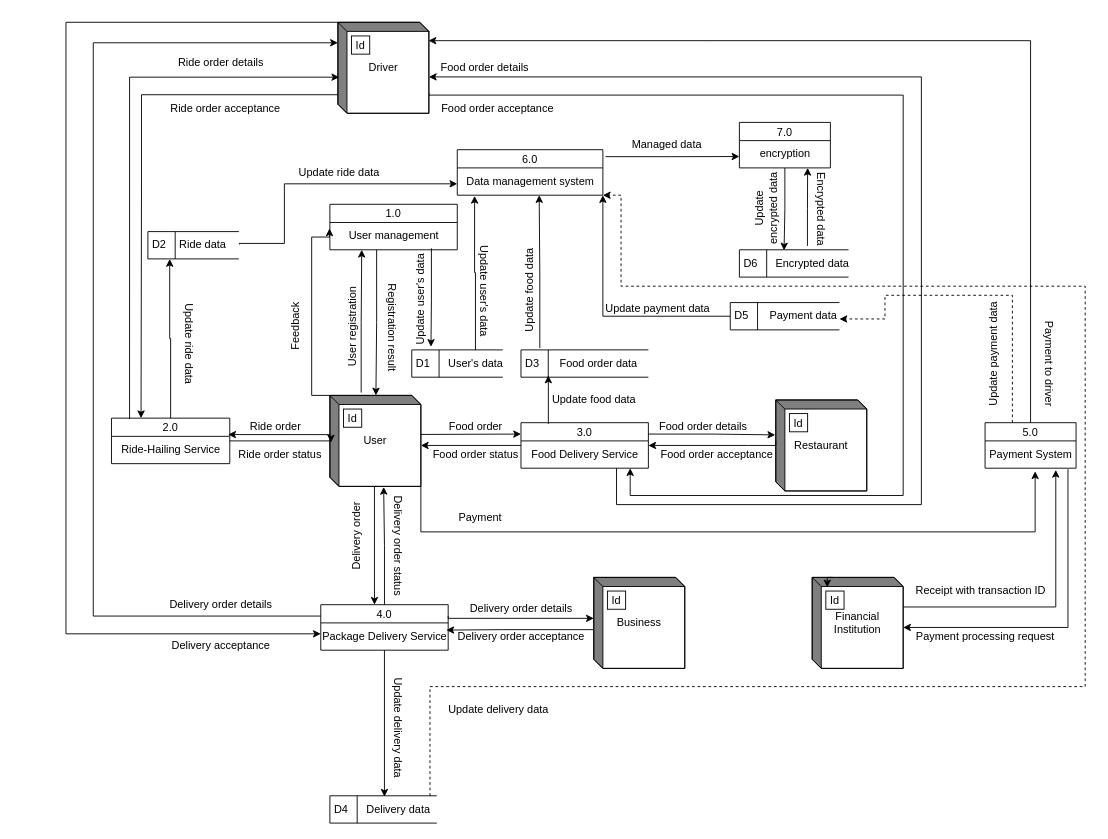
Mariposito/Book-Rental-Shop keeps this draw.io diagram as 未命名绘图.drawio. Above is the earlier version. Source tidied: cells renumbered, new cells numbered last; positions are measured from the earlier drawing's top-left corner, leaving out a move shared by most shapes. Both pictures are drawn from the tidied source at 91%, with x=0, y=0 at pixel (66, 22).
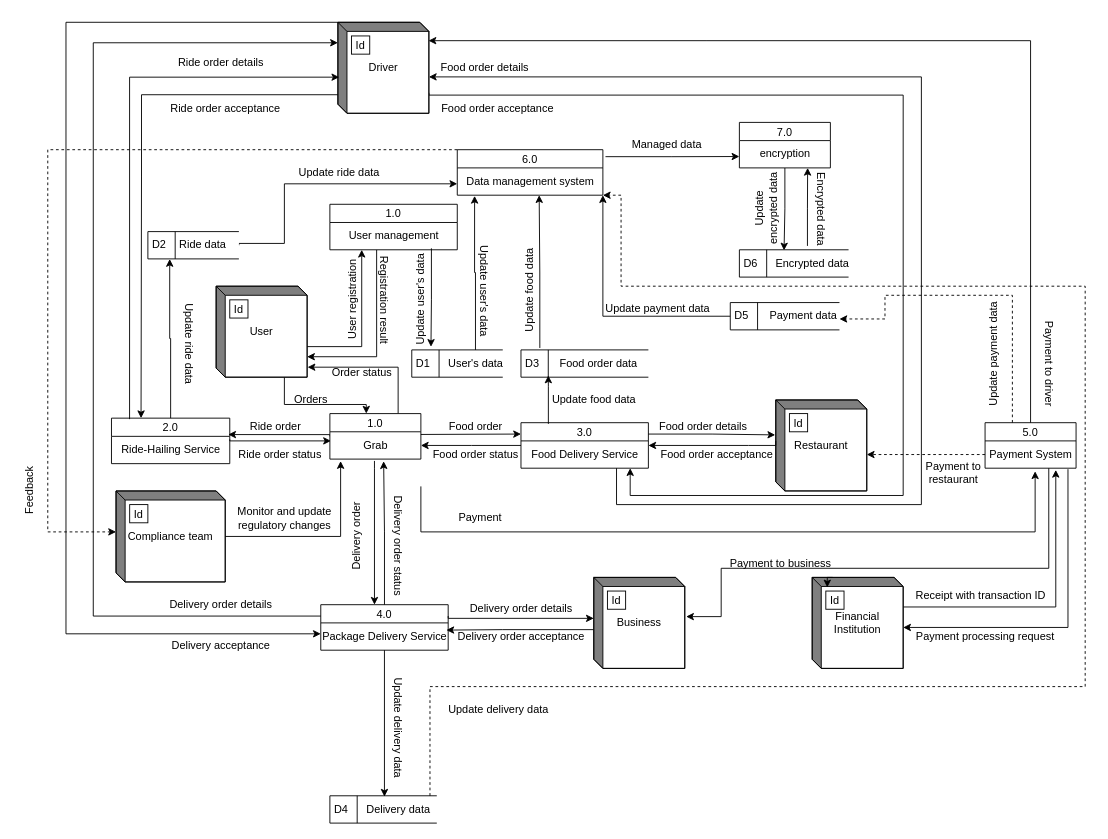
The same page after the edit.

Commit message:
更新未命名绘图.drawio

Unchanged cells that the change refers to:
```xml
<mxCell id="2" value="3.0" style="swimlane;fontStyle=0;horizontal=1;startSize=20;fillColor=#ffffff;swimlaneFillColor=#ffffff;" parent="1" vertex="1">
  <mxGeometry x="500" y="440" width="140" height="50" as="geometry" />
</mxCell>
<mxCell id="10" value="2.0" style="swimlane;fontStyle=0;horizontal=1;startSize=20;fillColor=#ffffff;swimlaneFillColor=#ffffff;" parent="1" vertex="1">
  <mxGeometry x="50" y="435" width="130" height="50" as="geometry" />
</mxCell>
<mxCell id="11" value="Ride-Hailing Service" style="text;html=1;align=center;verticalAlign=middle;points=[];strokeColor=none;fillColor=none;" parent="10" vertex="1">
  <mxGeometry y="20" width="130" height="30" as="geometry" />
</mxCell>
<mxCell id="16" value="4.0" style="swimlane;fontStyle=0;horizontal=1;startSize=20;fillColor=#ffffff;swimlaneFillColor=#ffffff;" parent="1" vertex="1">
  <mxGeometry x="280" y="640" width="140" height="50" as="geometry" />
</mxCell>
<mxCell id="41" value="Business" style="html=1;dashed=0;whiteSpace=wrap;shape=mxgraph.dfd.externalEntity;" parent="1" vertex="1">
  <mxGeometry x="580" y="610" width="100" height="100" as="geometry" />
</mxCell>
<mxCell id="50" value="1.0" style="swimlane;fontStyle=0;horizontal=1;startSize=20;fillColor=#ffffff;swimlaneFillColor=#ffffff;" parent="1" vertex="1">
  <mxGeometry x="290" y="200" width="140" height="50" as="geometry" />
</mxCell>
<mxCell id="51" value="User management" style="text;html=1;align=center;verticalAlign=middle;points=[];strokeColor=none;fillColor=none;" parent="50" vertex="1">
  <mxGeometry y="20" width="140" height="30" as="geometry" />
</mxCell>
<mxCell id="72" value="Payment System" style="text;html=1;align=center;verticalAlign=middle;points=[];strokeColor=none;fillColor=none;" parent="71" vertex="1">
  <mxGeometry y="20" width="100" height="30" as="geometry" />
</mxCell>
<mxCell id="92" value="6.0" style="swimlane;fontStyle=0;horizontal=1;startSize=20;fillColor=#ffffff;swimlaneFillColor=#ffffff;" parent="1" vertex="1">
  <mxGeometry x="430" y="140" width="160" height="50" as="geometry" />
</mxCell>
```

Change to the diagram source:
```diff
@@
-    <mxCell id="4" style="edgeStyle=orthogonalEdgeStyle;rounded=0;jettySize=auto;html=1;exitX=1.005;exitY=0.43;exitDx=0;exitDy=0;exitPerimeter=0;entryX=0;entryY=0.25;entryDx=0;entryDy=0;" parent="1" edge="1" source="5" target="2">
+    <mxCell id="4" style="edgeStyle=orthogonalEdgeStyle;rounded=0;jettySize=auto;html=1;exitX=1.005;exitY=0.43;exitDx=0;exitDy=0;exitPerimeter=0;entryX=0;entryY=0.25;entryDx=0;entryDy=0;" parent="1" edge="1" target="2">
       <mxGeometry relative="1" as="geometry">
+        <mxPoint x="390.5" y="453" as="sourcePoint" />
         <Array as="points">
           <mxPoint x="372" y="453" />
         </Array>
       </mxGeometry>
     </mxCell>
-    <mxCell id="5" value="User" style="html=1;dashed=0;whiteSpace=wrap;shape=mxgraph.dfd.externalEntity;" parent="1" vertex="1">
-      <mxGeometry x="290" y="410" width="100" height="100" as="geometry" />
-    </mxCell>
-    <mxCell id="6" value="Id" style="strokeColor=inherit;fillColor=inherit;gradientColor=inherit;" parent="5" vertex="1">
-      <mxGeometry width="20" height="20" relative="1" as="geometry">
-        <mxPoint x="15" y="15" as="offset" />
-      </mxGeometry>
-    </mxCell>
@@
-    <mxCell id="8" style="edgeStyle=orthogonalEdgeStyle;rounded=0;jettySize=auto;html=1;exitX=0;exitY=0.5;exitDx=0;exitDy=0;entryX=0;entryY=0;entryDx=100;entryDy=55;entryPerimeter=0;" parent="1" edge="1" source="2" target="5">
-      <mxGeometry relative="1" as="geometry" />
+    <mxCell id="8" style="edgeStyle=orthogonalEdgeStyle;rounded=0;jettySize=auto;html=1;exitX=0;exitY=0.5;exitDx=0;exitDy=0;entryX=0;entryY=0;entryDx=100;entryDy=55;entryPerimeter=0;" parent="1" edge="1" source="2">
+      <mxGeometry relative="1" as="geometry">
+        <mxPoint x="390" y="465" as="targetPoint" />
+      </mxGeometry>
     </mxCell>
@@
-    <mxCell id="12" style="edgeStyle=orthogonalEdgeStyle;rounded=0;jettySize=auto;html=1;exitX=0;exitY=0;exitDx=0;exitDy=45;exitPerimeter=0;entryX=0.987;entryY=-0.065;entryDx=0;entryDy=0;entryPerimeter=0;" parent="1" edge="1" source="5" target="11">
+    <mxCell id="12" style="edgeStyle=orthogonalEdgeStyle;rounded=0;jettySize=auto;html=1;exitX=0;exitY=0;exitDx=0;exitDy=45;exitPerimeter=0;entryX=0.987;entryY=-0.065;entryDx=0;entryDy=0;entryPerimeter=0;" parent="1" edge="1" target="11">
       <mxGeometry relative="1" as="geometry">
+        <mxPoint x="290" y="455" as="sourcePoint" />
         <Array as="points">
           <mxPoint x="290" y="453" />
         </Array>
       </mxGeometry>
     </mxCell>
@@
-    <mxCell id="14" style="edgeStyle=orthogonalEdgeStyle;rounded=0;jettySize=auto;html=1;exitX=1;exitY=0.5;exitDx=0;exitDy=0;entryX=0.012;entryY=0.517;entryDx=0;entryDy=0;entryPerimeter=0;" parent="1" edge="1" source="10" target="5">
+    <mxCell id="14" style="edgeStyle=orthogonalEdgeStyle;rounded=0;orthogonalLoop=1;jettySize=auto;html=1;exitX=1;exitY=0.5;exitDx=0;exitDy=0;entryX=0.012;entryY=0.517;entryDx=0;entryDy=0;entryPerimeter=0;" parent="1" edge="1">
       <mxGeometry relative="1" as="geometry">
+        <mxPoint x="180" y="458.3" as="sourcePoint" />
+        <mxPoint x="291.2" y="460" as="targetPoint" />
         <Array as="points">
-          <mxPoint x="291" y="460" />
+          <mxPoint x="180" y="460" />
         </Array>
       </mxGeometry>
     </mxCell>
@@
-    <mxCell id="18" style="edgeStyle=orthogonalEdgeStyle;rounded=0;jettySize=auto;html=1;exitX=0;exitY=0;exitDx=32.5;exitDy=100;exitPerimeter=0;" parent="1" edge="1" target="16">
+    <mxCell id="18" style="edgeStyle=orthogonalEdgeStyle;rounded=0;jettySize=auto;html=1;" parent="1" edge="1" target="16">
       <mxGeometry relative="1" as="geometry">
-        <mxPoint x="341.2" y="510" as="sourcePoint" />
+        <mxPoint x="339" y="482" as="sourcePoint" />
         <Array as="points">
-          <mxPoint x="339" y="510" />
+          <mxPoint x="339" y="490" />
+          <mxPoint x="339" y="490" />
         </Array>
       </mxGeometry>
     </mxCell>
@@
-    <mxCell id="20" style="edgeStyle=orthogonalEdgeStyle;rounded=0;jettySize=auto;html=1;exitX=0.5;exitY=0;exitDx=0;exitDy=0;entryX=0.591;entryY=1.006;entryDx=0;entryDy=0;entryPerimeter=0;" parent="1" edge="1" source="16" target="5">
+    <mxCell id="20" style="edgeStyle=orthogonalEdgeStyle;rounded=0;jettySize=auto;html=1;exitX=0.5;exitY=0;exitDx=0;exitDy=0;entryX=0.591;entryY=1.078;entryDx=0;entryDy=0;entryPerimeter=0;" parent="1" edge="1" source="16" target="113">
       <mxGeometry relative="1" as="geometry" />
     </mxCell>
@@
-    <mxCell id="52" style="edgeStyle=orthogonalEdgeStyle;rounded=0;jettySize=auto;html=1;exitX=0.344;exitY=-0.031;exitDx=0;exitDy=0;exitPerimeter=0;entryX=0.25;entryY=1;entryDx=0;entryDy=0;" parent="1" edge="1" source="5" target="50">
+    <mxCell id="52" style="edgeStyle=orthogonalEdgeStyle;rounded=0;jettySize=auto;html=1;exitX=0.994;exitY=0.664;exitDx=0;exitDy=0;exitPerimeter=0;entryX=0.25;entryY=1;entryDx=0;entryDy=0;" parent="1" edge="1" source="5" target="50">
       <mxGeometry relative="1" as="geometry" />
     </mxCell>
     <mxCell id="53" value="User registration" style="text;html=1;align=center;verticalAlign=middle;strokeColor=none;fillColor=none;rotation=270;" parent="1" vertex="1">
-      <mxGeometry x="260" y="320" width="110" height="30" as="geometry" />
+      <mxGeometry x="260" y="290" width="110" height="30" as="geometry" />
     </mxCell>
-    <mxCell id="54" style="edgeStyle=orthogonalEdgeStyle;rounded=0;jettySize=auto;html=1;entryX=0.506;entryY=0;entryDx=0;entryDy=0;entryPerimeter=0;exitX=0.367;exitY=1.006;exitDx=0;exitDy=0;exitPerimeter=0;" parent="1" edge="1" source="51" target="5">
+    <mxCell id="54" style="edgeStyle=orthogonalEdgeStyle;rounded=0;jettySize=auto;html=1;entryX=0;entryY=0;entryDx=100;entryDy=77.5;entryPerimeter=0;exitX=0.367;exitY=1.006;exitDx=0;exitDy=0;exitPerimeter=0;" parent="1" edge="1" source="51" target="5">
       <mxGeometry relative="1" as="geometry" />
     </mxCell>
     <mxCell id="55" value="Registration result" style="text;html=1;align=center;verticalAlign=middle;strokeColor=none;fillColor=none;rotation=90;" parent="1" vertex="1">
-      <mxGeometry x="298.8" y="320" width="120" height="30" as="geometry" />
+      <mxGeometry x="290" y="290" width="120" height="30" as="geometry" />
     </mxCell>
-    <mxCell id="56" style="edgeStyle=orthogonalEdgeStyle;rounded=0;jettySize=auto;html=1;exitX=0;exitY=0;exitDx=0;exitDy=0;exitPerimeter=0;entryX=-0.003;entryY=0.217;entryDx=0;entryDy=0;entryPerimeter=0;" parent="1" edge="1" source="5" target="51">
-      <mxGeometry relative="1" as="geometry">
-        <Array as="points">
-          <mxPoint x="270" y="410" />
-          <mxPoint x="270" y="236" />
-        </Array>
-      </mxGeometry>
-    </mxCell>
-    <mxCell id="57" value="Feedback" style="text;html=1;align=center;verticalAlign=middle;strokeColor=none;fillColor=none;rotation=270;" parent="1" vertex="1">
-      <mxGeometry x="212.5" y="320" width="80" height="30" as="geometry" />
-    </mxCell>
@@
-    <mxCell id="75" style="edgeStyle=orthogonalEdgeStyle;rounded=0;jettySize=auto;html=1;exitX=1;exitY=1;exitDx=0;exitDy=0;exitPerimeter=0;entryX=0.55;entryY=1.114;entryDx=0;entryDy=0;entryPerimeter=0;" parent="1" edge="1" source="5" target="72">
+    <mxCell id="75" style="edgeStyle=orthogonalEdgeStyle;rounded=0;jettySize=auto;html=1;exitX=1;exitY=1;exitDx=0;exitDy=0;exitPerimeter=0;entryX=0.55;entryY=1.114;entryDx=0;entryDy=0;entryPerimeter=0;" parent="1" edge="1" target="72">
       <mxGeometry relative="1" as="geometry">
+        <mxPoint x="390" y="510" as="sourcePoint" />
         <Array as="points">
           <mxPoint x="390" y="560" />
           <mxPoint x="1065" y="560" />
         </Array>
       </mxGeometry>
     </mxCell>
@@
     <mxCell id="90" value="Receipt with transaction ID" style="text;html=1;align=center;verticalAlign=middle;strokeColor=none;fillColor=none;" parent="1" vertex="1">
-      <mxGeometry x="920" y="610" width="170" height="30" as="geometry" />
+      <mxGeometry x="920" y="615" width="170" height="30" as="geometry" />
     </mxCell>
@@
+    <mxCell id="111" style="edgeStyle=orthogonalEdgeStyle;rounded=0;jettySize=auto;html=1;entryX=1.005;entryY=0.89;entryDx=0;entryDy=0;entryPerimeter=0;exitX=0.75;exitY=0;exitDx=0;exitDy=0;" parent="1" edge="1" source="112" target="5">
+      <mxGeometry relative="1" as="geometry">
+        <Array as="points">
+          <mxPoint x="365" y="379" />
+        </Array>
+      </mxGeometry>
+    </mxCell>
+    <mxCell id="112" value="1.0" style="swimlane;fontStyle=0;horizontal=1;startSize=20;fillColor=#ffffff;swimlaneFillColor=#ffffff;" parent="1" vertex="1">
+      <mxGeometry x="290" y="430" width="100" height="50" as="geometry" />
+    </mxCell>
+    <mxCell id="113" value="Grab" style="text;html=1;align=center;verticalAlign=middle;points=[];strokeColor=none;fillColor=none;" parent="112" vertex="1">
+      <mxGeometry y="20" width="100" height="30" as="geometry" />
+    </mxCell>
+    <mxCell id="114" style="edgeStyle=orthogonalEdgeStyle;rounded=0;jettySize=auto;html=1;" parent="1" edge="1" source="5">
+      <mxGeometry relative="1" as="geometry">
+        <mxPoint x="330" y="430" as="targetPoint" />
+        <Array as="points">
+          <mxPoint x="240" y="420" />
+          <mxPoint x="330" y="420" />
+          <mxPoint x="330" y="430" />
+        </Array>
+      </mxGeometry>
+    </mxCell>
+    <mxCell id="5" value="User" style="html=1;dashed=0;whiteSpace=wrap;shape=mxgraph.dfd.externalEntity;" parent="1" vertex="1">
+      <mxGeometry x="165" y="290" width="100" height="100" as="geometry" />
+    </mxCell>
+    <mxCell id="115" value="Id" style="strokeColor=inherit;fillColor=inherit;gradientColor=inherit;" parent="5" vertex="1">
+      <mxGeometry width="20" height="20" relative="1" as="geometry">
+        <mxPoint x="15" y="15" as="offset" />
+      </mxGeometry>
+    </mxCell>
+    <mxCell id="116" value="Orders" style="text;html=1;align=center;verticalAlign=middle;strokeColor=none;fillColor=none;" parent="1" vertex="1">
+      <mxGeometry x="238.8" y="400" width="60" height="30" as="geometry" />
+    </mxCell>
+    <mxCell id="117" value="Order status" style="text;html=1;align=center;verticalAlign=middle;strokeColor=none;fillColor=none;rotation=0;" parent="1" vertex="1">
+      <mxGeometry x="280" y="370" width="90" height="30" as="geometry" />
+    </mxCell>
+    <mxCell id="118" value="Compliance team" style="html=1;dashed=0;whiteSpace=wrap;shape=mxgraph.dfd.externalEntity;" parent="1" vertex="1">
+      <mxGeometry x="55" y="515" width="120" height="100" as="geometry" />
+    </mxCell>
+    <mxCell id="119" value="Id" style="strokeColor=inherit;fillColor=inherit;gradientColor=inherit;" parent="118" vertex="1">
+      <mxGeometry width="20" height="20" relative="1" as="geometry">
+        <mxPoint x="15" y="15" as="offset" />
+      </mxGeometry>
+    </mxCell>
+    <mxCell id="120" style="edgeStyle=orthogonalEdgeStyle;rounded=0;jettySize=auto;html=1;entryX=0.118;entryY=1.073;entryDx=0;entryDy=0;entryPerimeter=0;" parent="1" edge="1" source="118" target="113">
+      <mxGeometry relative="1" as="geometry" />
+    </mxCell>
+    <mxCell id="121" value="Monitor and update&lt;div&gt;regulatory changes&lt;/div&gt;" style="text;html=1;align=center;verticalAlign=middle;strokeColor=none;fillColor=none;" parent="1" vertex="1">
+      <mxGeometry x="175" y="525" width="130" height="40" as="geometry" />
+    </mxCell>
+    <mxCell id="122" style="edgeStyle=orthogonalEdgeStyle;rounded=0;jettySize=auto;html=1;exitX=0;exitY=0;exitDx=0;exitDy=0;entryX=0;entryY=0;entryDx=0;entryDy=45;entryPerimeter=0;dashed=1;" parent="1" edge="1" source="92" target="118">
+      <mxGeometry relative="1" as="geometry">
+        <Array as="points">
+          <mxPoint x="-20" y="140" />
+          <mxPoint x="-20" y="560" />
+        </Array>
+      </mxGeometry>
+    </mxCell>
+    <mxCell id="57" value="Feedback" style="text;html=1;align=center;verticalAlign=middle;strokeColor=none;fillColor=none;rotation=-90;" parent="1" vertex="1">
+      <mxGeometry x="-80" y="500" width="80" height="30" as="geometry" />
+    </mxCell>
+    <mxCell id="123" style="edgeStyle=orthogonalEdgeStyle;rounded=0;jettySize=auto;html=1;entryX=1.015;entryY=0.431;entryDx=0;entryDy=0;entryPerimeter=0;" parent="1" edge="1" source="72" target="41">
+      <mxGeometry relative="1" as="geometry">
+        <Array as="points">
+          <mxPoint x="1080" y="600" />
+          <mxPoint x="720" y="600" />
+          <mxPoint x="720" y="653" />
+        </Array>
+      </mxGeometry>
+    </mxCell>
+    <mxCell id="124" value="Payment to business" style="text;html=1;align=center;verticalAlign=middle;strokeColor=none;fillColor=none;" parent="1" vertex="1">
+      <mxGeometry x="720" y="580" width="130" height="30" as="geometry" />
+    </mxCell>
+    <mxCell id="125" style="edgeStyle=orthogonalEdgeStyle;rounded=0;jettySize=auto;html=1;dashed=1;" parent="1" edge="1" source="72">
+      <mxGeometry relative="1" as="geometry">
+        <mxPoint x="880" y="475" as="targetPoint" />
+      </mxGeometry>
+    </mxCell>
+    <mxCell id="126" value="Payment to&lt;div&gt;restaurant&lt;/div&gt;" style="text;html=1;align=center;verticalAlign=middle;strokeColor=none;fillColor=none;" parent="1" vertex="1">
+      <mxGeometry x="935" y="475" width="80" height="40" as="geometry" />
+    </mxCell>
```
